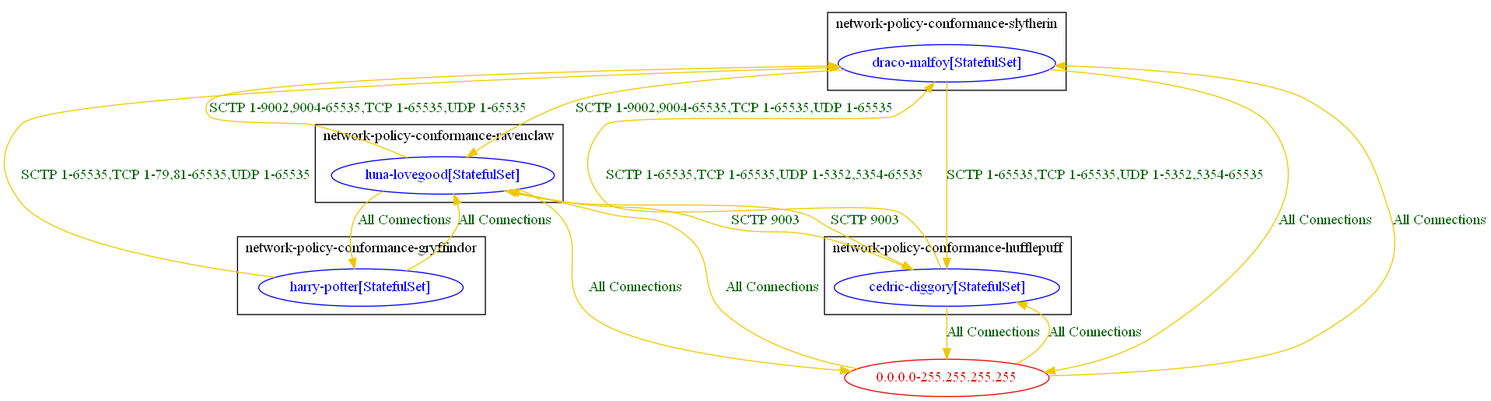
Above: test_outputs/connlist/anp_test_multiple_anps_connlist_output.dot.png in np-guard/netpol-analyzer (Graphviz), before the change. Its source is kept beside it as test_outputs/connlist/anp_test_multiple_anps_connlist_output.dot.
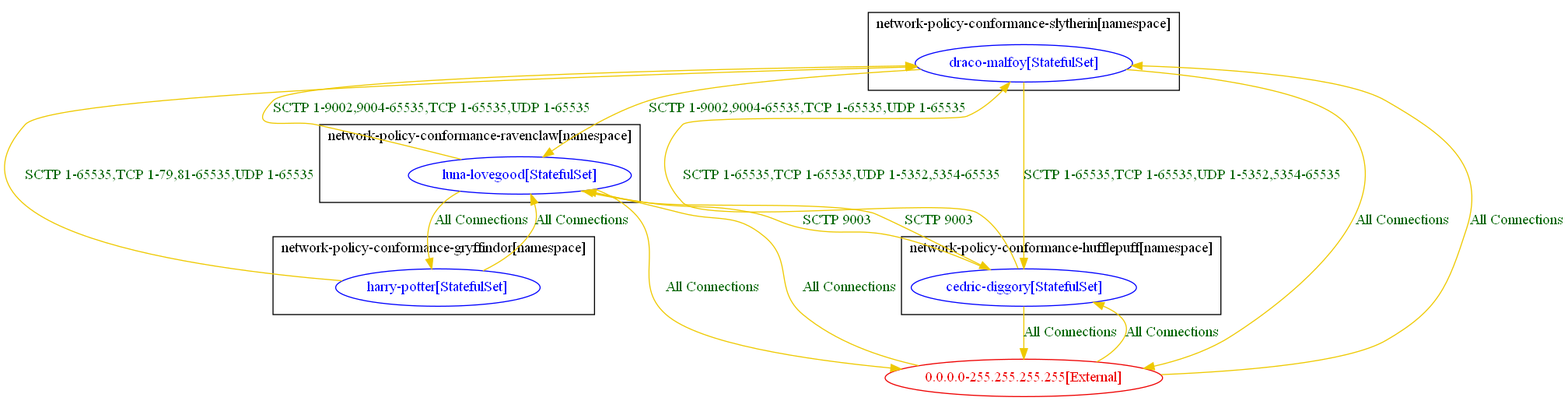
The same file after the commit.

What changed in the source:
```diff
@@ -1,42 +1,42 @@
 digraph {
-	subgraph "cluster_network_policy_conformance_gryffindor" {
+	subgraph "cluster_network_policy_conformance_gryffindor[namespace]" {
 		color="black"
 		fontcolor="black"
 		"network-policy-conformance-gryffindor/harry-potter[StatefulSet]" [label="harry-potter[StatefulSet]" color="blue" fontcolor="blue"]
-		label="network-policy-conformance-gryffindor"
+		label="network-policy-conformance-gryffindor[namespace]"
 	}
-	subgraph "cluster_network_policy_conformance_hufflepuff" {
+	subgraph "cluster_network_policy_conformance_hufflepuff[namespace]" {
 		color="black"
 		fontcolor="black"
 		"network-policy-conformance-hufflepuff/cedric-diggory[StatefulSet]" [label="cedric-diggory[StatefulSet]" color="blue" fontcolor="blue"]
-		label="network-policy-conformance-hufflepuff"
+		label="network-policy-conformance-hufflepuff[namespace]"
 	}
-	subgraph "cluster_network_policy_conformance_ravenclaw" {
+	subgraph "cluster_network_policy_conformance_ravenclaw[namespace]" {
 		color="black"
 		fontcolor="black"
 		"network-policy-conformance-ravenclaw/luna-lovegood[StatefulSet]" [label="luna-lovegood[StatefulSet]" color="blue" fontcolor="blue"]
-		label="network-policy-conformance-ravenclaw"
+		label="network-policy-conformance-ravenclaw[namespace]"
 	}
-	subgraph "cluster_network_policy_conformance_slytherin" {
+	subgraph "cluster_network_policy_conformance_slytherin[namespace]" {
 		color="black"
 		fontcolor="black"
 		"network-policy-conformance-slytherin/draco-malfoy[StatefulSet]" [label="draco-malfoy[StatefulSet]" color="blue" fontcolor="blue"]
-		label="network-policy-conformance-slytherin"
+		label="network-policy-conformance-slytherin[namespace]"
 	}
-	"0.0.0.0-255.255.255.255" [label="0.0.0.0-255.255.255.255" color="red2" fontcolor="red2"]
-	"0.0.0.0-255.255.255.255" -> "network-policy-conformance-hufflepuff/cedric-diggory[StatefulSet]" [label="All Connections" color="gold2" fontcolor="darkgreen" weight=0.5]
-	"0.0.0.0-255.255.255.255" -> "network-policy-conformance-ravenclaw/luna-lovegood[StatefulSet]" [label="All Connections" color="gold2" fontcolor="darkgreen" weight=0.5]
-	"0.0.0.0-255.255.255.255" -> "network-policy-conformance-slytherin/draco-malfoy[StatefulSet]" [label="All Connections" color="gold2" fontcolor="darkgreen" weight=0.5]
+	"0.0.0.0-255.255.255.255[External]" [label="0.0.0.0-255.255.255.255[External]" color="red2" fontcolor="red2"]
+	"0.0.0.0-255.255.255.255[External]" -> "network-policy-conformance-hufflepuff/cedric-diggory[StatefulSet]" [label="All Connections" color="gold2" fontcolor="darkgreen" weight=0.5]
+	"0.0.0.0-255.255.255.255[External]" -> "network-policy-conformance-ravenclaw/luna-lovegood[StatefulSet]" [label="All Connections" color="gold2" fontcolor="darkgreen" weight=0.5]
+	"0.0.0.0-255.255.255.255[External]" -> "network-policy-conformance-slytherin/draco-malfoy[StatefulSet]" [label="All Connections" color="gold2" fontcolor="darkgreen" weight=0.5]
 	"network-policy-conformance-gryffindor/harry-potter[StatefulSet]" -> "network-policy-conformance-ravenclaw/luna-lovegood[StatefulSet]" [label="All Connections" color="gold2" fontcolor="darkgreen" weight=0.5]
 	"network-policy-conformance-gryffindor/harry-potter[StatefulSet]" -> "network-policy-conformance-slytherin/draco-malfoy[StatefulSet]" [label="SCTP 1-65535,TCP 1-79,81-65535,UDP 1-65535" color="gold2" fontcolor="darkgreen" weight=0.5]
-	"network-policy-conformance-hufflepuff/cedric-diggory[StatefulSet]" -> "0.0.0.0-255.255.255.255" [label="All Connections" color="gold2" fontcolor="darkgreen" weight=1]
+	"network-policy-conformance-hufflepuff/cedric-diggory[StatefulSet]" -> "0.0.0.0-255.255.255.255[External]" [label="All Connections" color="gold2" fontcolor="darkgreen" weight=1]
 	"network-policy-conformance-hufflepuff/cedric-diggory[StatefulSet]" -> "network-policy-conformance-ravenclaw/luna-lovegood[StatefulSet]" [label="SCTP 9003" color="gold2" fontcolor="darkgreen" weight=0.5]
 	"network-policy-conformance-hufflepuff/cedric-diggory[StatefulSet]" -> "network-policy-conformance-slytherin/draco-malfoy[StatefulSet]" [label="SCTP 1-65535,TCP 1-65535,UDP 1-5352,5354-65535" color="gold2" fontcolor="darkgreen" weight=0.5]
-	"network-policy-conformance-ravenclaw/luna-lovegood[StatefulSet]" -> "0.0.0.0-255.255.255.255" [label="All Connections" color="gold2" fontcolor="darkgreen" weight=1]
+	"network-policy-conformance-ravenclaw/luna-lovegood[StatefulSet]" -> "0.0.0.0-255.255.255.255[External]" [label="All Connections" color="gold2" fontcolor="darkgreen" weight=1]
 	"network-policy-conformance-ravenclaw/luna-lovegood[StatefulSet]" -> "network-policy-conformance-gryffindor/harry-potter[StatefulSet]" [label="All Connections" color="gold2" fontcolor="darkgreen" weight=1]
 	"network-policy-conformance-ravenclaw/luna-lovegood[StatefulSet]" -> "network-policy-conformance-hufflepuff/cedric-diggory[StatefulSet]" [label="SCTP 9003" color="gold2" fontcolor="darkgreen" weight=1]
 	"network-policy-conformance-ravenclaw/luna-lovegood[StatefulSet]" -> "network-policy-conformance-slytherin/draco-malfoy[StatefulSet]" [label="SCTP 1-9002,9004-65535,TCP 1-65535,UDP 1-65535" color="gold2" fontcolor="darkgreen" weight=0.5]
-	"network-policy-conformance-slytherin/draco-malfoy[StatefulSet]" -> "0.0.0.0-255.255.255.255" [label="All Connections" color="gold2" fontcolor="darkgreen" weight=1]
+	"network-policy-conformance-slytherin/draco-malfoy[StatefulSet]" -> "0.0.0.0-255.255.255.255[External]" [label="All Connections" color="gold2" fontcolor="darkgreen" weight=1]
 	"network-policy-conformance-slytherin/draco-malfoy[StatefulSet]" -> "network-policy-conformance-hufflepuff/cedric-diggory[StatefulSet]" [label="SCTP 1-65535,TCP 1-65535,UDP 1-5352,5354-65535" color="gold2" fontcolor="darkgreen" weight=1]
 	"network-policy-conformance-slytherin/draco-malfoy[StatefulSet]" -> "network-policy-conformance-ravenclaw/luna-lovegood[StatefulSet]" [label="SCTP 1-9002,9004-65535,TCP 1-65535,UDP 1-65535" color="gold2" fontcolor="darkgreen" weight=1]
 }
```
